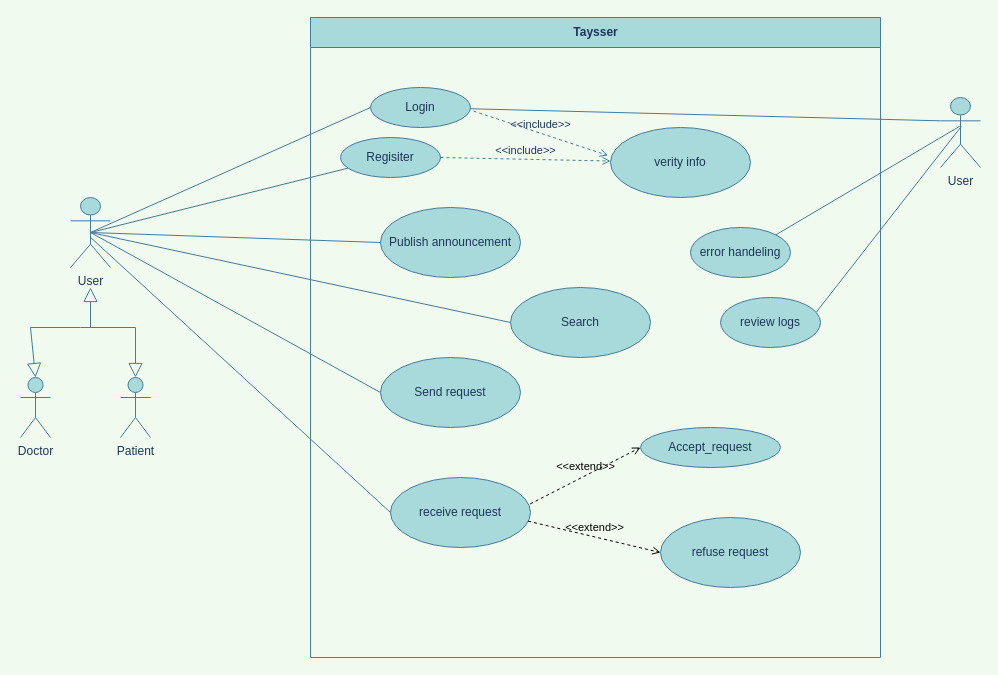
Before: UML/useCase/USECASE.drawio in mahmoudayman55/Tayser, a draw.io diagram. Source tidied: cells renumbered, new cells numbered last; positions are measured from the earlier drawing's top-left corner, leaving out a move shared by most shapes. Both pictures are drawn from the tidied source at 100%, with x=0, y=0 at pixel (20, 17).
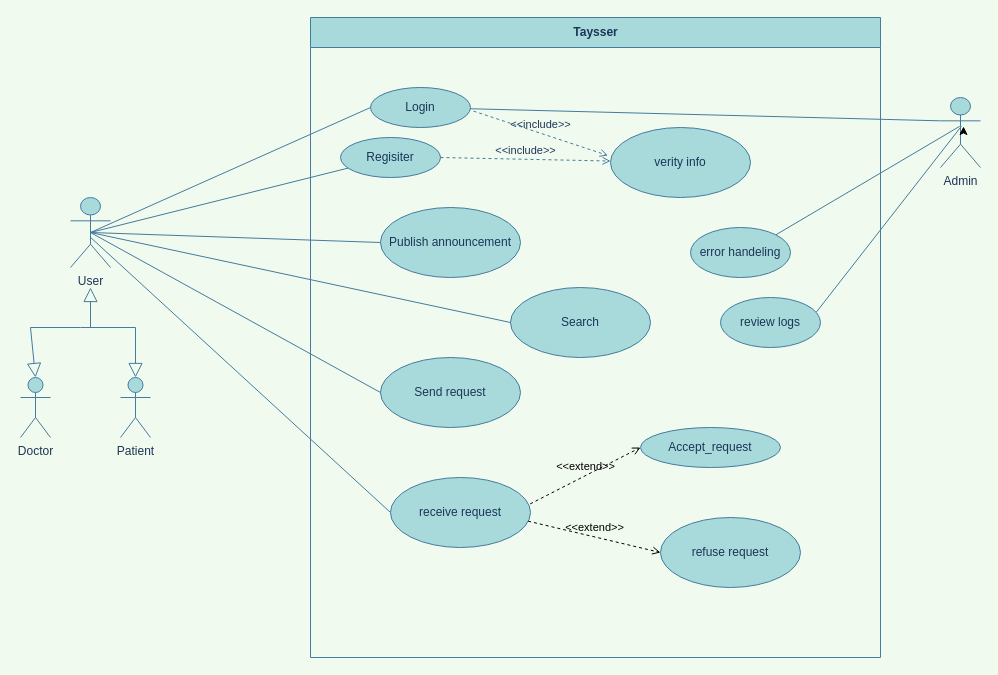
After the change.

Diff of the diagram source:
```diff
@@
-    <mxCell id="30" value="User" style="shape=umlActor;html=1;verticalLabelPosition=bottom;verticalAlign=top;align=center;fillColor=#A8DADC;strokeColor=#457B9D;fontColor=#1D3557;" parent="1" vertex="1">
+    <mxCell id="30" value="Admin" style="shape=umlActor;html=1;verticalLabelPosition=bottom;verticalAlign=top;align=center;fillColor=#A8DADC;strokeColor=#457B9D;fontColor=#1D3557;" parent="1" vertex="1">
       <mxGeometry x="920" y="80" width="40" height="70" as="geometry" />
     </mxCell>
@@
+    <mxCell id="34" style="edgeStyle=orthogonalEdgeStyle;rounded=0;orthogonalLoop=1;jettySize=auto;html=1;exitX=0.5;exitY=0.5;exitDx=0;exitDy=0;exitPerimeter=0;entryX=0.575;entryY=0.414;entryDx=0;entryDy=0;entryPerimeter=0;" parent="1" edge="1" source="30" target="30">
+      <mxGeometry relative="1" as="geometry" />
+    </mxCell>
```
